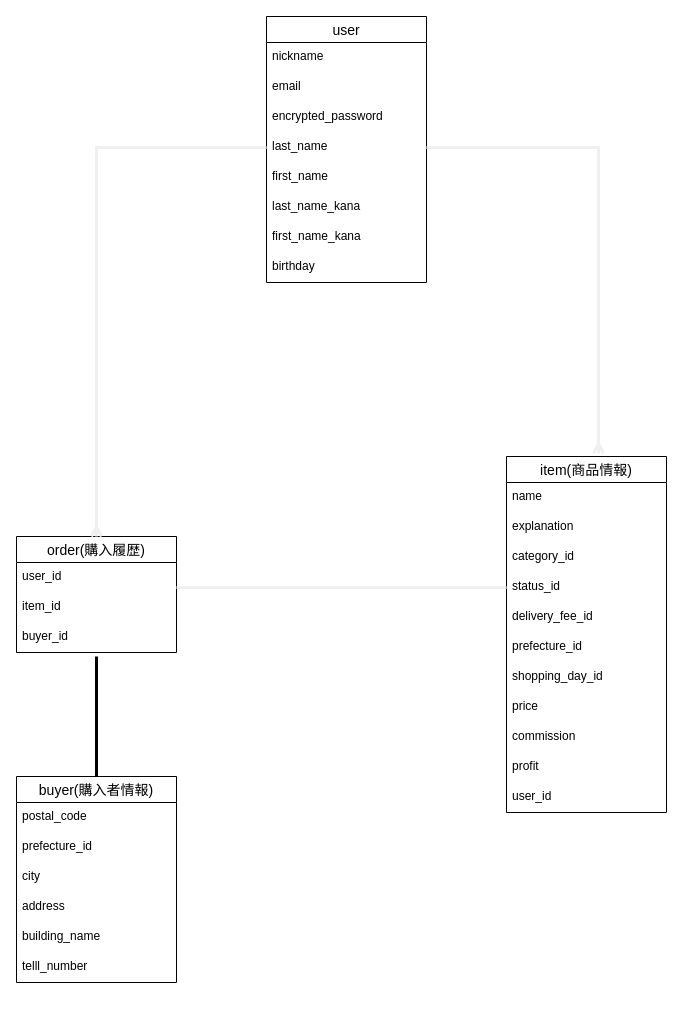
The draw.io diagram .dio in JinOkazaki/furima-36885, before the edit. Source tidied: cells renumbered, new cells numbered last; positions are measured from the earlier drawing's top-left corner, leaving out a move shared by most shapes. Both pictures are drawn from the tidied source at 100%, with x=0, y=0 at pixel (16, 16).
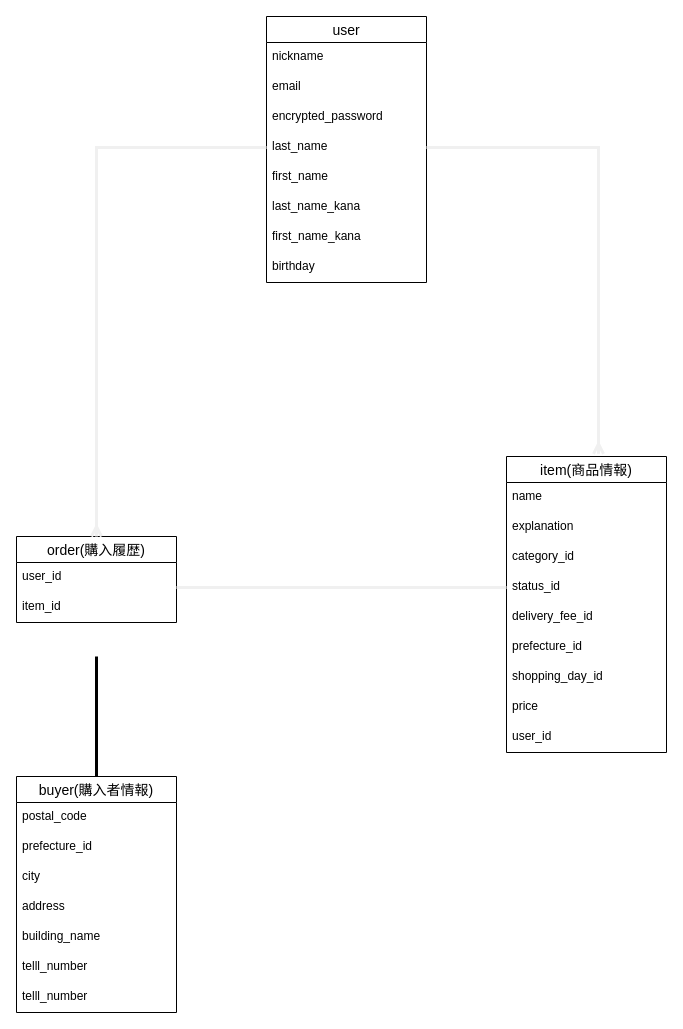
The same page after the edit.

Commit message (it also covers changes not shown here):
データベース設計修正

Change to the diagram source:
```diff
@@
     <mxCell id="13" value="order(購入履歴)" style="swimlane;fontStyle=0;horizontal=1;startSize=26;align=center;fontSize=14;" parent="1" vertex="1">
-      <mxGeometry y="520" width="160" height="116" as="geometry" />
+      <mxGeometry y="520" width="160" height="86" as="geometry" />
     </mxCell>
@@
-    <mxCell id="16" value="buyer_id" style="text;strokeColor=none;fillColor=none;spacingLeft=4;spacingRight=4;overflow=hidden;fontSize=12;" parent="13" vertex="1">
-      <mxGeometry y="86" width="160" height="30" as="geometry" />
-    </mxCell>
     <mxCell id="17" value="item(商品情報)" style="swimlane;fontStyle=0;horizontal=1;startSize=26;align=center;fontSize=14;" parent="1" vertex="1">
-      <mxGeometry x="490" y="440" width="160" height="356" as="geometry" />
+      <mxGeometry x="490" y="440" width="160" height="296" as="geometry" />
     </mxCell>
@@
-    <mxCell id="26" value="commission" style="text;strokeColor=none;fillColor=none;spacingLeft=4;spacingRight=4;overflow=hidden;fontSize=12;" parent="17" vertex="1">
-      <mxGeometry y="266" width="160" height="30" as="geometry" />
-    </mxCell>
-    <mxCell id="27" value="profit" style="text;strokeColor=none;fillColor=none;spacingLeft=4;spacingRight=4;overflow=hidden;fontSize=12;" parent="17" vertex="1">
-      <mxGeometry y="296" width="160" height="30" as="geometry" />
-    </mxCell>
     <mxCell id="28" value="user_id" style="text;strokeColor=none;fillColor=none;spacingLeft=4;spacingRight=4;overflow=hidden;fontSize=12;" parent="17" vertex="1">
-      <mxGeometry y="326" width="160" height="30" as="geometry" />
+      <mxGeometry y="266" width="160" height="30" as="geometry" />
     </mxCell>
@@
     <mxCell id="33" value="buyer(購入者情報)" style="swimlane;fontStyle=0;horizontal=1;startSize=26;align=center;fontSize=14;" parent="1" vertex="1">
-      <mxGeometry y="760" width="160" height="206" as="geometry" />
+      <mxGeometry y="760" width="160" height="236" as="geometry" />
     </mxCell>
@@
+    <mxCell id="40" value="telll_number" style="text;strokeColor=none;fillColor=none;spacingLeft=4;spacingRight=4;overflow=hidden;fontSize=12;" parent="33" vertex="1">
+      <mxGeometry y="206" width="160" height="30" as="geometry" />
+    </mxCell>
```
